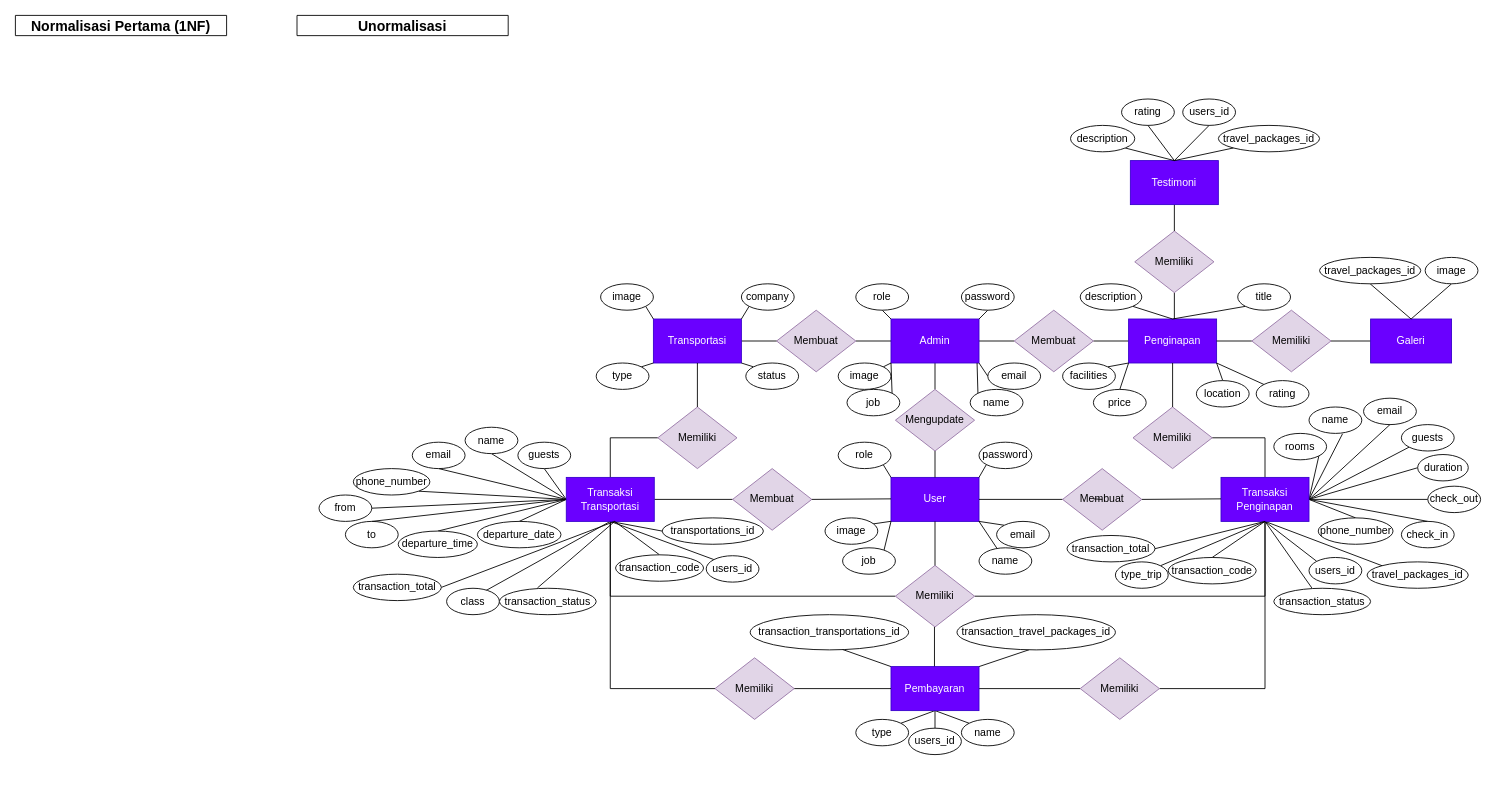
xevorte/xevorte keeps this draw.io diagram as GOFEST - ERD.drawio. Above is the earlier version. Source tidied: cells renumbered, new cells numbered last; positions are measured from the earlier drawing's top-left corner, leaving out a move shared by most shapes. Both pictures are drawn from the tidied source at 88%, with x=0, y=0 at pixel (15, 15).
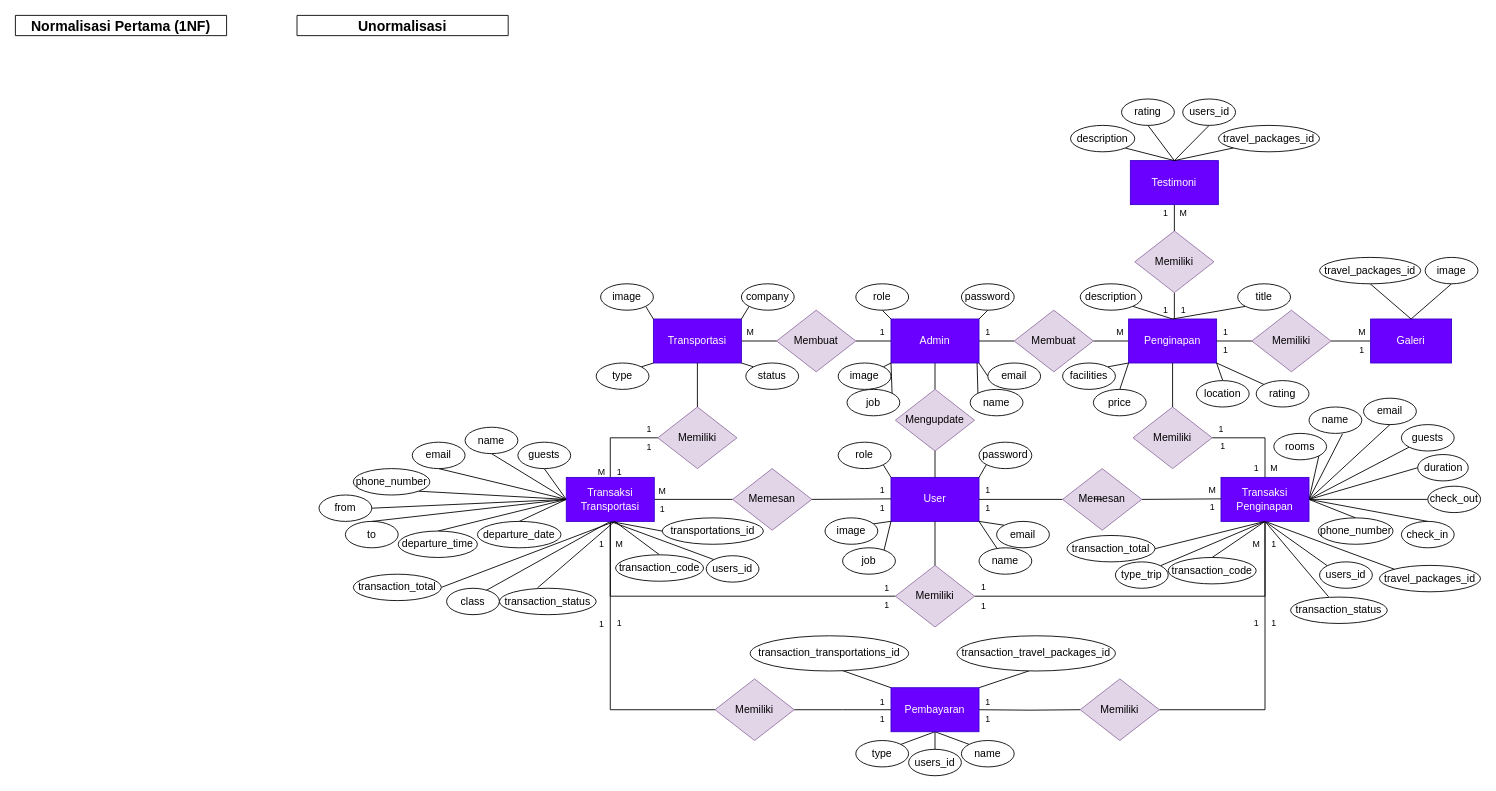
The same page after the edit.

The change refers to these unchanged cells:
```xml
<mxCell id="69" value="Transaksi&lt;br&gt;Penginapan" style="rounded=0;whiteSpace=wrap;html=1;fillColor=#6a00ff;strokeColor=#3700CC;fontColor=#ffffff;" parent="1" vertex="1">
  <mxGeometry x="1370" y="525" width="100" height="50" as="geometry" />
</mxCell>
<mxCell id="85" value="Transaksi&lt;br&gt;Transportasi" style="rounded=0;whiteSpace=wrap;html=1;fillColor=#6a00ff;strokeColor=#3700CC;fontColor=#ffffff;" parent="1" vertex="1">
  <mxGeometry x="626" y="525" width="100" height="50" as="geometry" />
</mxCell>
```

What changed in the source:
```diff
@@
     <mxCell id="55" value="travel_packages_id" style="ellipse;whiteSpace=wrap;html=1;" parent="1" vertex="1">
-      <mxGeometry x="1536" y="621" width="115" height="30" as="geometry" />
+      <mxGeometry x="1550" y="625" width="115" height="30" as="geometry" />
     </mxCell>
@@
-    <mxCell id="68" style="edgeStyle=orthogonalEdgeStyle;rounded=0;jettySize=auto;html=1;exitX=0.5;exitY=1;exitDx=0;exitDy=0;entryX=1;entryY=0.5;entryDx=0;entryDy=0;endArrow=none;endFill=0;" parent="1" edge="1" source="69" target="170">
+    <mxCell id="68" style="edgeStyle=orthogonalEdgeStyle;rounded=0;jettySize=auto;html=1;entryX=1;entryY=0.5;entryDx=0;entryDy=0;exitX=0.5;exitY=1;exitDx=0;exitDy=0;endArrow=none;endFill=0;" parent="1" edge="1" source="69" target="170">
       <mxGeometry relative="1" as="geometry" />
     </mxCell>
@@
-    <mxCell id="84" style="edgeStyle=orthogonalEdgeStyle;rounded=0;jettySize=auto;html=1;entryX=0;entryY=0.5;entryDx=0;entryDy=0;endArrow=none;endFill=0;exitX=0.5;exitY=1;exitDx=0;exitDy=0;" parent="1" edge="1" source="85" target="172">
+    <mxCell id="84" style="edgeStyle=orthogonalEdgeStyle;rounded=0;jettySize=auto;html=1;entryX=0;entryY=0.5;entryDx=0;entryDy=0;exitX=0.5;exitY=1;exitDx=0;exitDy=0;endArrow=none;endFill=0;" parent="1" edge="1" source="85" target="172">
       <mxGeometry relative="1" as="geometry" />
     </mxCell>
@@
     <mxCell id="86" value="users_id" style="ellipse;whiteSpace=wrap;html=1;" parent="1" vertex="1">
-      <mxGeometry x="1470" y="616" width="60" height="30" as="geometry" />
+      <mxGeometry x="1482" y="621" width="60" height="30" as="geometry" />
     </mxCell>
@@
     <mxCell id="93" value="transaction_status" style="ellipse;whiteSpace=wrap;html=1;" parent="1" vertex="1">
-      <mxGeometry x="1430" y="651" width="110" height="30" as="geometry" />
+      <mxGeometry x="1449" y="661" width="110" height="30" as="geometry" />
     </mxCell>
@@
-    <mxCell id="154" value="Membuat" style="rhombus;whiteSpace=wrap;html=1;fillColor=#e1d5e7;strokeColor=#9673a6;" parent="1" vertex="1">
+    <mxCell id="154" value="Memesan" style="rhombus;whiteSpace=wrap;html=1;fillColor=#e1d5e7;strokeColor=#9673a6;" parent="1" vertex="1">
       <mxGeometry x="1190" y="515" width="90" height="70" as="geometry" />
     </mxCell>
@@
-    <mxCell id="156" value="Membuat" style="rhombus;whiteSpace=wrap;html=1;fillColor=#e1d5e7;strokeColor=#9673a6;" parent="1" vertex="1">
+    <mxCell id="156" value="Memesan" style="rhombus;whiteSpace=wrap;html=1;fillColor=#e1d5e7;strokeColor=#9673a6;" parent="1" vertex="1">
       <mxGeometry x="815" y="515" width="90" height="70" as="geometry" />
     </mxCell>
@@
-    <mxCell id="162" style="edgeStyle=none;rounded=0;orthogonalLoop=1;jettySize=auto;html=1;entryX=0.5;entryY=1;entryDx=0;entryDy=0;endArrow=none;endFill=0;" parent="1" edge="1">
-      <mxGeometry relative="1" as="geometry">
-        <mxPoint x="1044.4" y="745" as="sourcePoint" />
-        <mxPoint x="1044.4" y="695" as="targetPoint" />
-      </mxGeometry>
-    </mxCell>
-    <mxCell id="163" style="edgeStyle=orthogonalEdgeStyle;rounded=0;jettySize=auto;html=1;exitX=1;exitY=0.5;exitDx=0;exitDy=0;entryX=0;entryY=0.5;entryDx=0;entryDy=0;endArrow=none;endFill=0;" parent="1" edge="1" source="169" target="170">
-      <mxGeometry relative="1" as="geometry" />
+    <mxCell id="163" style="edgeStyle=orthogonalEdgeStyle;rounded=0;jettySize=auto;html=1;exitX=1;exitY=0.5;exitDx=0;exitDy=0;entryX=0;entryY=0.5;entryDx=0;entryDy=0;endArrow=none;endFill=0;" parent="1" edge="1" target="170">
+      <mxGeometry relative="1" as="geometry">
+        <mxPoint x="1095" y="789" as="sourcePoint" />
+      </mxGeometry>
     </mxCell>
-    <mxCell id="164" style="rounded=0;jettySize=auto;html=1;exitX=0.5;exitY=1;exitDx=0;exitDy=0;entryX=0.5;entryY=0;entryDx=0;entryDy=0;endArrow=none;endFill=0;" parent="1" edge="1" source="169" target="173">
-      <mxGeometry relative="1" as="geometry" />
+    <mxCell id="164" style="rounded=0;jettySize=auto;html=1;exitX=0.5;exitY=1;exitDx=0;exitDy=0;entryX=0.5;entryY=0;entryDx=0;entryDy=0;endArrow=none;endFill=0;" parent="1" edge="1" target="173">
+      <mxGeometry relative="1" as="geometry">
+        <mxPoint x="1045" y="814" as="sourcePoint" />
+      </mxGeometry>
     </mxCell>
-    <mxCell id="165" style="edgeStyle=none;rounded=0;jettySize=auto;html=1;exitX=0.5;exitY=1;exitDx=0;exitDy=0;entryX=1;entryY=0;entryDx=0;entryDy=0;endArrow=none;endFill=0;" parent="1" edge="1" source="169" target="177">
-      <mxGeometry relative="1" as="geometry" />
+    <mxCell id="165" style="edgeStyle=none;rounded=0;jettySize=auto;html=1;exitX=0.5;exitY=1;exitDx=0;exitDy=0;entryX=1;entryY=0;entryDx=0;entryDy=0;endArrow=none;endFill=0;" parent="1" edge="1" target="177">
+      <mxGeometry relative="1" as="geometry">
+        <mxPoint x="1045" y="814" as="sourcePoint" />
+      </mxGeometry>
     </mxCell>
-    <mxCell id="166" style="edgeStyle=none;rounded=0;jettySize=auto;html=1;exitX=0.5;exitY=1;exitDx=0;exitDy=0;entryX=0;entryY=0;entryDx=0;entryDy=0;endArrow=none;endFill=0;" parent="1" edge="1" source="169" target="178">
-      <mxGeometry relative="1" as="geometry" />
+    <mxCell id="166" style="edgeStyle=none;rounded=0;jettySize=auto;html=1;exitX=0.5;exitY=1;exitDx=0;exitDy=0;entryX=0;entryY=0;entryDx=0;entryDy=0;endArrow=none;endFill=0;" parent="1" edge="1" target="178">
+      <mxGeometry relative="1" as="geometry">
+        <mxPoint x="1045" y="814" as="sourcePoint" />
+      </mxGeometry>
     </mxCell>
-    <mxCell id="167" style="edgeStyle=none;rounded=0;jettySize=auto;html=1;exitX=1;exitY=0;exitDx=0;exitDy=0;entryX=0.456;entryY=0.995;entryDx=0;entryDy=0;entryPerimeter=0;endArrow=none;endFill=0;" parent="1" edge="1" source="169" target="175">
-      <mxGeometry relative="1" as="geometry" />
+    <mxCell id="167" style="edgeStyle=none;rounded=0;jettySize=auto;html=1;exitX=1;exitY=0;exitDx=0;exitDy=0;entryX=0.456;entryY=0.995;entryDx=0;entryDy=0;entryPerimeter=0;endArrow=none;endFill=0;" parent="1" edge="1" target="175">
+      <mxGeometry relative="1" as="geometry">
+        <mxPoint x="1095" y="764" as="sourcePoint" />
+      </mxGeometry>
     </mxCell>
-    <mxCell id="168" style="edgeStyle=none;rounded=0;jettySize=auto;html=1;exitX=0;exitY=0;exitDx=0;exitDy=0;entryX=0.581;entryY=0.985;entryDx=0;entryDy=0;entryPerimeter=0;endArrow=none;endFill=0;" parent="1" edge="1" source="169" target="174">
-      <mxGeometry relative="1" as="geometry" />
+    <mxCell id="168" style="edgeStyle=none;rounded=0;jettySize=auto;html=1;exitX=0;exitY=0;exitDx=0;exitDy=0;entryX=0.581;entryY=0.985;entryDx=0;entryDy=0;entryPerimeter=0;endArrow=none;endFill=0;" parent="1" edge="1" target="174">
+      <mxGeometry relative="1" as="geometry">
+        <mxPoint x="995" y="764" as="sourcePoint" />
+      </mxGeometry>
     </mxCell>
     <mxCell id="169" value="Pembayaran" style="rounded=0;whiteSpace=wrap;html=1;fillColor=#6a00ff;strokeColor=#3700CC;fontColor=#ffffff;" parent="1" vertex="1">
-      <mxGeometry x="995" y="740" width="100" height="50" as="geometry" />
+      <mxGeometry x="995" y="764" width="100" height="50" as="geometry" />
     </mxCell>
     <mxCell id="170" value="Memiliki" style="rhombus;whiteSpace=wrap;html=1;fillColor=#e1d5e7;strokeColor=#9673a6;" parent="1" vertex="1">
-      <mxGeometry x="1210" y="730" width="90" height="70" as="geometry" />
+      <mxGeometry x="1210" y="754" width="90" height="70" as="geometry" />
     </mxCell>
-    <mxCell id="171" style="edgeStyle=orthogonalEdgeStyle;rounded=0;jettySize=auto;html=1;entryX=0;entryY=0.5;entryDx=0;entryDy=0;endArrow=none;endFill=0;" parent="1" edge="1" source="172" target="169">
-      <mxGeometry relative="1" as="geometry" />
+    <mxCell id="171" style="edgeStyle=orthogonalEdgeStyle;rounded=0;jettySize=auto;html=1;entryX=0;entryY=0.5;entryDx=0;entryDy=0;endArrow=none;endFill=0;" parent="1" edge="1" source="172">
+      <mxGeometry relative="1" as="geometry">
+        <mxPoint x="995" y="789" as="targetPoint" />
+      </mxGeometry>
     </mxCell>
     <mxCell id="172" value="Memiliki" style="rhombus;whiteSpace=wrap;html=1;fillColor=#e1d5e7;strokeColor=#9673a6;" parent="1" vertex="1">
-      <mxGeometry x="795" y="730" width="90" height="70" as="geometry" />
+      <mxGeometry x="795" y="754" width="90" height="70" as="geometry" />
     </mxCell>
     <mxCell id="173" value="users_id" style="ellipse;whiteSpace=wrap;html=1;" parent="1" vertex="1">
-      <mxGeometry x="1015" y="810" width="60" height="30" as="geometry" />
+      <mxGeometry x="1015" y="834" width="60" height="30" as="geometry" />
     </mxCell>
     <mxCell id="174" value="transaction_transportations_id" style="ellipse;whiteSpace=wrap;html=1;" parent="1" vertex="1">
-      <mxGeometry x="835" y="681" width="180" height="40" as="geometry" />
+      <mxGeometry x="835" y="705" width="180" height="40" as="geometry" />
     </mxCell>
     <mxCell id="175" value="transaction_travel_packages_id" style="ellipse;whiteSpace=wrap;html=1;" parent="1" vertex="1">
-      <mxGeometry x="1070" y="681" width="180" height="40" as="geometry" />
+      <mxGeometry x="1070" y="705" width="180" height="40" as="geometry" />
     </mxCell>
@@
     <mxCell id="177" value="type" style="ellipse;whiteSpace=wrap;html=1;" parent="1" vertex="1">
-      <mxGeometry x="955" y="800" width="60" height="30" as="geometry" />
+      <mxGeometry x="955" y="824" width="60" height="30" as="geometry" />
     </mxCell>
     <mxCell id="178" value="name" style="ellipse;whiteSpace=wrap;html=1;" parent="1" vertex="1">
-      <mxGeometry x="1075" y="800" width="60" height="30" as="geometry" />
+      <mxGeometry x="1075" y="824" width="60" height="30" as="geometry" />
     </mxCell>
@@
+    <mxCell id="180" value="M" style="text;html=1;align=center;verticalAlign=middle;strokeColor=none;fillColor=none;fontSize=10;" parent="1" vertex="1">
+      <mxGeometry x="825" y="350" width="20" height="20" as="geometry" />
+    </mxCell>
+    <mxCell id="181" value="1" style="text;html=1;align=center;verticalAlign=middle;strokeColor=none;fillColor=none;fontSize=10;" parent="1" vertex="1">
+      <mxGeometry x="975" y="350" width="20" height="20" as="geometry" />
+    </mxCell>
+    <mxCell id="182" value="1" style="text;html=1;align=center;verticalAlign=middle;strokeColor=none;fillColor=none;fontSize=10;" parent="1" vertex="1">
+      <mxGeometry x="710" y="460" width="20" height="20" as="geometry" />
+    </mxCell>
+    <mxCell id="183" value="M" style="text;html=1;align=center;verticalAlign=middle;strokeColor=none;fillColor=none;fontSize=10;" parent="1" vertex="1">
+      <mxGeometry x="656" y="509" width="20" height="20" as="geometry" />
+    </mxCell>
+    <mxCell id="184" value="M" style="text;html=1;align=center;verticalAlign=middle;strokeColor=none;fillColor=none;fontSize=10;" parent="1" vertex="1">
+      <mxGeometry x="725" y="530" width="20" height="20" as="geometry" />
+    </mxCell>
+    <mxCell id="185" value="1" style="text;html=1;align=center;verticalAlign=middle;strokeColor=none;fillColor=none;fontSize=10;" parent="1" vertex="1">
+      <mxGeometry x="975" y="529" width="20" height="20" as="geometry" />
+    </mxCell>
+    <mxCell id="186" value="1" style="text;html=1;align=center;verticalAlign=middle;strokeColor=none;fillColor=none;fontSize=10;" parent="1" vertex="1">
+      <mxGeometry x="1095" y="529" width="20" height="20" as="geometry" />
+    </mxCell>
+    <mxCell id="187" value="M" style="text;html=1;align=center;verticalAlign=middle;strokeColor=none;fillColor=none;fontSize=10;" parent="1" vertex="1">
+      <mxGeometry x="1350" y="529" width="20" height="20" as="geometry" />
+    </mxCell>
+    <mxCell id="188" value="M" style="text;html=1;align=center;verticalAlign=middle;strokeColor=none;fillColor=none;fontSize=10;" parent="1" vertex="1">
+      <mxGeometry x="1245" y="350" width="20" height="20" as="geometry" />
+    </mxCell>
+    <mxCell id="189" value="1" style="text;html=1;align=center;verticalAlign=middle;strokeColor=none;fillColor=none;fontSize=10;" parent="1" vertex="1">
+      <mxGeometry x="1095" y="350" width="20" height="20" as="geometry" />
+    </mxCell>
+    <mxCell id="190" value="M" style="text;html=1;align=center;verticalAlign=middle;strokeColor=none;fillColor=none;fontSize=10;" parent="1" vertex="1">
+      <mxGeometry x="1317" y="215" width="20" height="20" as="geometry" />
+    </mxCell>
+    <mxCell id="191" value="1" style="text;html=1;align=center;verticalAlign=middle;strokeColor=none;fillColor=none;fontSize=10;" parent="1" vertex="1">
+      <mxGeometry x="1317" y="325" width="20" height="20" as="geometry" />
+    </mxCell>
+    <mxCell id="192" value="1" style="text;html=1;align=center;verticalAlign=middle;strokeColor=none;fillColor=none;fontSize=10;" parent="1" vertex="1">
+      <mxGeometry x="1365" y="350" width="20" height="20" as="geometry" />
+    </mxCell>
+    <mxCell id="193" value="M" style="text;html=1;align=center;verticalAlign=middle;strokeColor=none;fillColor=none;fontSize=10;" parent="1" vertex="1">
+      <mxGeometry x="1520" y="350" width="20" height="20" as="geometry" />
+    </mxCell>
+    <mxCell id="194" value="1" style="text;html=1;align=center;verticalAlign=middle;strokeColor=none;fillColor=none;fontSize=10;" parent="1" vertex="1">
+      <mxGeometry x="676" y="509" width="20" height="20" as="geometry" />
+    </mxCell>
+    <mxCell id="195" value="1" style="text;html=1;align=center;verticalAlign=middle;strokeColor=none;fillColor=none;fontSize=10;" parent="1" vertex="1">
+      <mxGeometry x="710" y="480" width="20" height="20" as="geometry" />
+    </mxCell>
+    <mxCell id="196" value="1" style="text;html=1;align=center;verticalAlign=middle;strokeColor=none;fillColor=none;fontSize=10;" parent="1" vertex="1">
+      <mxGeometry x="725" y="551" width="20" height="20" as="geometry" />
+    </mxCell>
+    <mxCell id="197" value="1" style="text;html=1;align=center;verticalAlign=middle;strokeColor=none;fillColor=none;fontSize=10;" parent="1" vertex="1">
+      <mxGeometry x="975" y="550" width="20" height="20" as="geometry" />
+    </mxCell>
+    <mxCell id="198" value="1" style="text;html=1;align=center;verticalAlign=middle;strokeColor=none;fillColor=none;fontSize=10;" parent="1" vertex="1">
+      <mxGeometry x="1095" y="550" width="20" height="20" as="geometry" />
+    </mxCell>
+    <mxCell id="199" value="1" style="text;html=1;align=center;verticalAlign=middle;strokeColor=none;fillColor=none;fontSize=10;" parent="1" vertex="1">
+      <mxGeometry x="1350" y="549" width="20" height="20" as="geometry" />
+    </mxCell>
+    <mxCell id="200" value="1" style="text;html=1;align=center;verticalAlign=middle;strokeColor=none;fillColor=none;fontSize=10;" parent="1" vertex="1">
+      <mxGeometry x="1360" y="460" width="20" height="20" as="geometry" />
+    </mxCell>
+    <mxCell id="201" value="1" style="text;html=1;align=center;verticalAlign=middle;strokeColor=none;fillColor=none;fontSize=10;" parent="1" vertex="1">
+      <mxGeometry x="1362" y="479" width="20" height="20" as="geometry" />
+    </mxCell>
+    <mxCell id="202" value="M" style="text;html=1;align=center;verticalAlign=middle;strokeColor=none;fillColor=none;fontSize=10;" parent="1" vertex="1">
+      <mxGeometry x="1420" y="504" width="20" height="20" as="geometry" />
+    </mxCell>
+    <mxCell id="203" value="1" style="text;html=1;align=center;verticalAlign=middle;strokeColor=none;fillColor=none;fontSize=10;" parent="1" vertex="1">
+      <mxGeometry x="1400" y="504" width="20" height="20" as="geometry" />
+    </mxCell>
+    <mxCell id="204" value="1" style="text;html=1;align=center;verticalAlign=middle;strokeColor=none;fillColor=none;fontSize=10;" parent="1" vertex="1">
+      <mxGeometry x="1297" y="325" width="20" height="20" as="geometry" />
+    </mxCell>
+    <mxCell id="205" value="1" style="text;html=1;align=center;verticalAlign=middle;strokeColor=none;fillColor=none;fontSize=10;" parent="1" vertex="1">
+      <mxGeometry x="1297" y="215" width="20" height="20" as="geometry" />
+    </mxCell>
+    <mxCell id="206" value="1" style="text;html=1;align=center;verticalAlign=middle;strokeColor=none;fillColor=none;fontSize=10;" parent="1" vertex="1">
+      <mxGeometry x="1365" y="370" width="20" height="20" as="geometry" />
+    </mxCell>
+    <mxCell id="207" value="1" style="text;html=1;align=center;verticalAlign=middle;strokeColor=none;fillColor=none;fontSize=10;" parent="1" vertex="1">
+      <mxGeometry x="1520" y="370" width="20" height="20" as="geometry" />
+    </mxCell>
+    <mxCell id="208" value="1" style="text;html=1;align=center;verticalAlign=middle;strokeColor=none;fillColor=none;fontSize=10;" parent="1" vertex="1">
+      <mxGeometry x="1090" y="640" width="20" height="20" as="geometry" />
+    </mxCell>
+    <mxCell id="209" value="M" style="text;html=1;align=center;verticalAlign=middle;strokeColor=none;fillColor=none;fontSize=10;" parent="1" vertex="1">
+      <mxGeometry x="1400" y="591" width="20" height="20" as="geometry" />
+    </mxCell>
+    <mxCell id="210" value="1" style="text;html=1;align=center;verticalAlign=middle;strokeColor=none;fillColor=none;fontSize=10;" parent="1" vertex="1">
+      <mxGeometry x="1090" y="661" width="20" height="20" as="geometry" />
+    </mxCell>
+    <mxCell id="211" value="1" style="text;html=1;align=center;verticalAlign=middle;strokeColor=none;fillColor=none;fontSize=10;" parent="1" vertex="1">
+      <mxGeometry x="1420" y="591" width="20" height="20" as="geometry" />
+    </mxCell>
+    <mxCell id="212" value="1" style="text;html=1;align=center;verticalAlign=middle;strokeColor=none;fillColor=none;fontSize=10;" parent="1" vertex="1">
+      <mxGeometry x="980" y="641" width="20" height="20" as="geometry" />
+    </mxCell>
+    <mxCell id="213" value="1" style="text;html=1;align=center;verticalAlign=middle;strokeColor=none;fillColor=none;fontSize=10;" parent="1" vertex="1">
+      <mxGeometry x="980" y="660" width="20" height="20" as="geometry" />
+    </mxCell>
+    <mxCell id="214" value="1" style="text;html=1;align=center;verticalAlign=middle;strokeColor=none;fillColor=none;fontSize=10;" parent="1" vertex="1">
+      <mxGeometry x="656" y="591" width="20" height="20" as="geometry" />
+    </mxCell>
+    <mxCell id="215" value="M" style="text;html=1;align=center;verticalAlign=middle;strokeColor=none;fillColor=none;fontSize=10;" parent="1" vertex="1">
+      <mxGeometry x="676" y="591" width="20" height="20" as="geometry" />
+    </mxCell>
+    <mxCell id="216" value="1" style="text;html=1;align=center;verticalAlign=middle;strokeColor=none;fillColor=none;fontSize=10;" parent="1" vertex="1">
+      <mxGeometry x="1400" y="680" width="20" height="20" as="geometry" />
+    </mxCell>
+    <mxCell id="217" value="1" style="text;html=1;align=center;verticalAlign=middle;strokeColor=none;fillColor=none;fontSize=10;" parent="1" vertex="1">
+      <mxGeometry x="1420" y="680" width="20" height="20" as="geometry" />
+    </mxCell>
+    <mxCell id="218" value="1" style="text;html=1;align=center;verticalAlign=middle;strokeColor=none;fillColor=none;fontSize=10;" parent="1" vertex="1">
+      <mxGeometry x="1095" y="770" width="20" height="20" as="geometry" />
+    </mxCell>
+    <mxCell id="219" value="1" style="text;html=1;align=center;verticalAlign=middle;strokeColor=none;fillColor=none;fontSize=10;" parent="1" vertex="1">
+      <mxGeometry x="1095" y="790" width="20" height="20" as="geometry" />
+    </mxCell>
+    <mxCell id="220" value="1" style="text;html=1;align=center;verticalAlign=middle;strokeColor=none;fillColor=none;fontSize=10;" parent="1" vertex="1">
+      <mxGeometry x="975" y="770" width="20" height="20" as="geometry" />
+    </mxCell>
+    <mxCell id="221" value="1" style="text;html=1;align=center;verticalAlign=middle;strokeColor=none;fillColor=none;fontSize=10;" parent="1" vertex="1">
+      <mxGeometry x="975" y="790" width="20" height="20" as="geometry" />
+    </mxCell>
+    <mxCell id="222" value="1" style="text;html=1;align=center;verticalAlign=middle;strokeColor=none;fillColor=none;fontSize=10;" parent="1" vertex="1">
+      <mxGeometry x="676" y="680" width="20" height="20" as="geometry" />
+    </mxCell>
+    <mxCell id="223" value="1" style="text;html=1;align=center;verticalAlign=middle;strokeColor=none;fillColor=none;fontSize=10;" parent="1" vertex="1">
+      <mxGeometry x="656" y="681" width="20" height="20" as="geometry" />
+    </mxCell>
```
